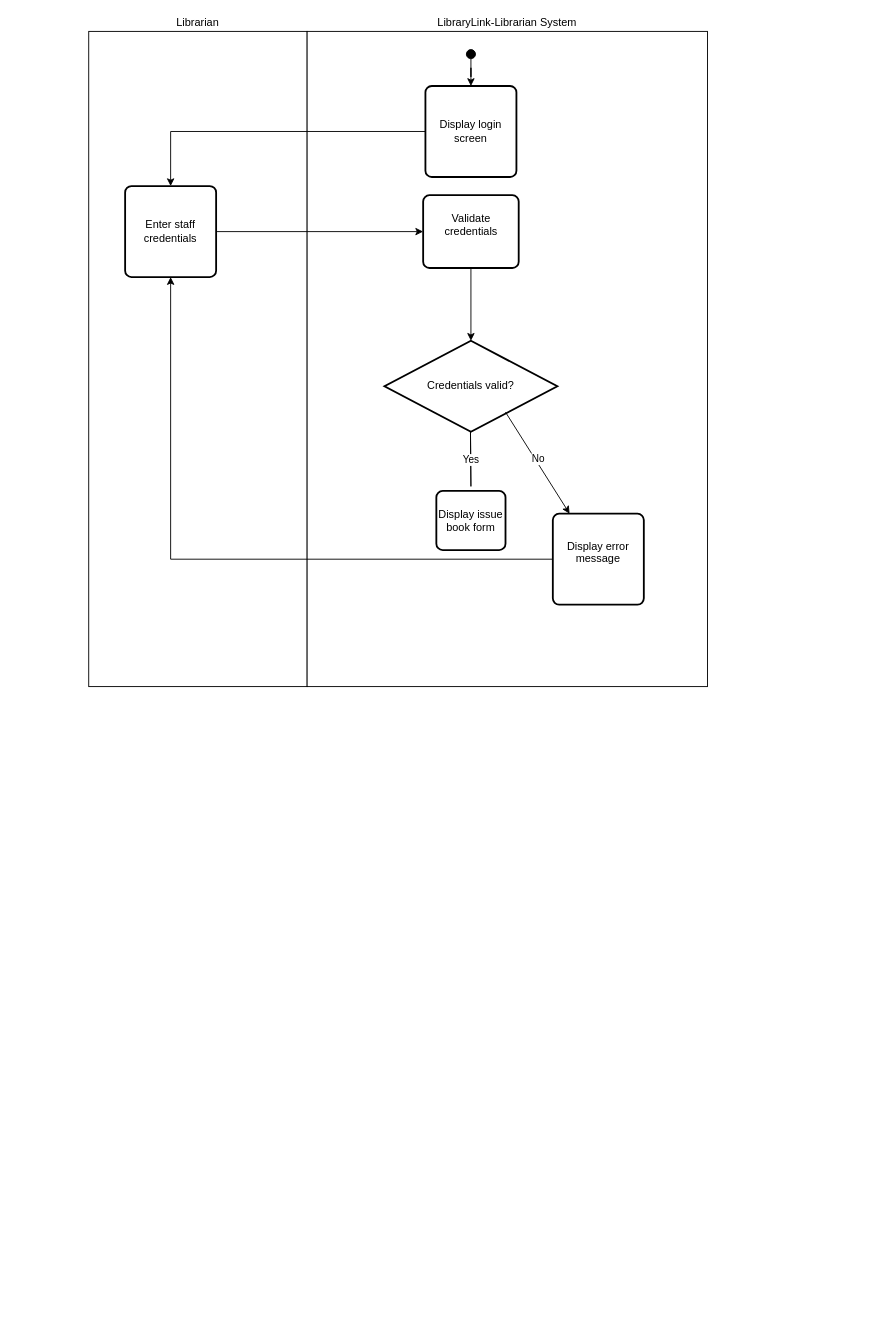
Before: diagrams/task1-requirements/Activity_IssueBook_LibraryLink_Librarian.drawio in GojeonpaJ/CHC6173-LibraryLink, a draw.io diagram. Source tidied: cells renumbered, new cells numbered last; positions are measured from the earlier drawing's top-left corner, leaving out a move shared by most shapes. Both pictures are drawn from the tidied source at 91%, with x=0, y=0 at pixel (88, 31).
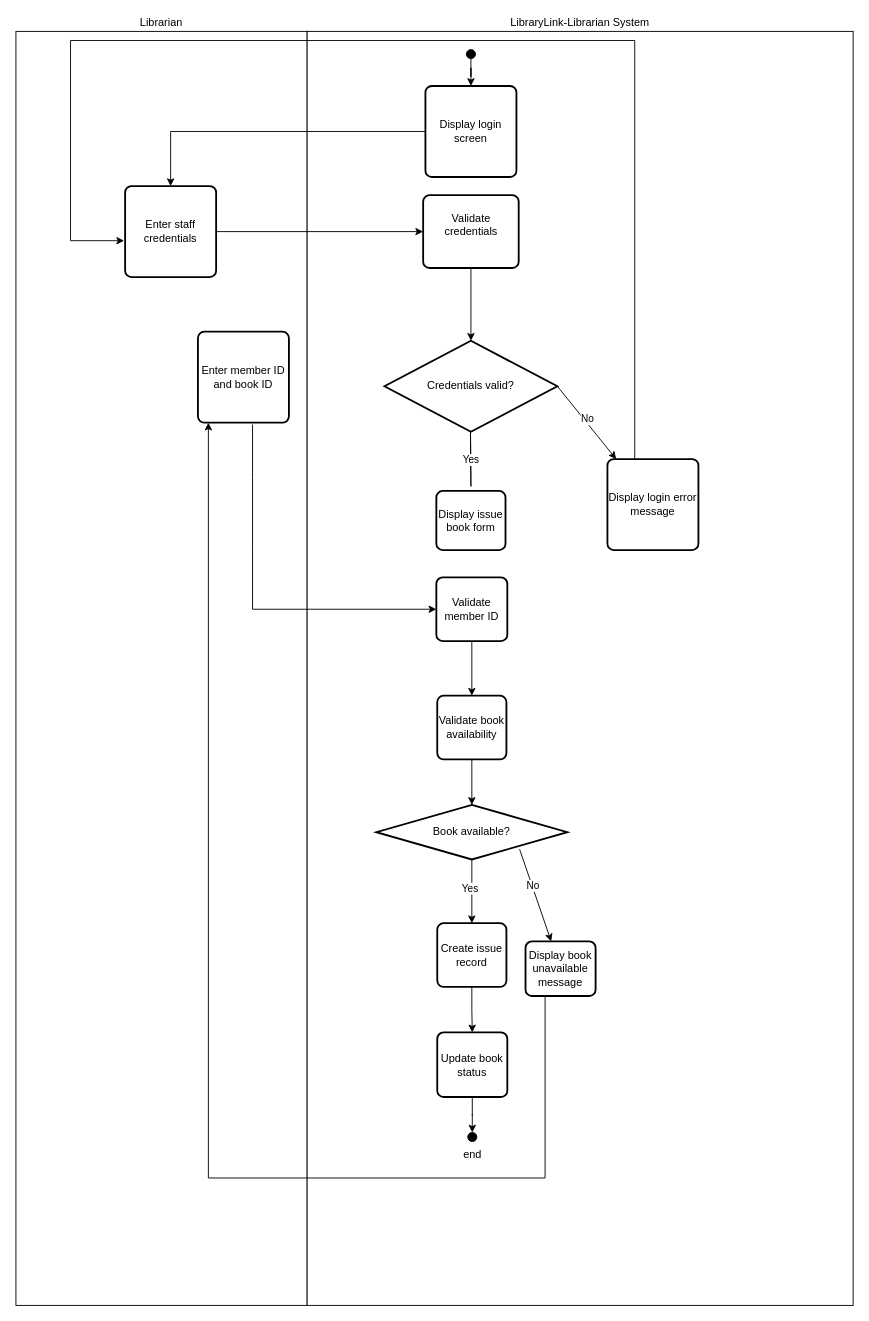
The same diagram, later.

The change refers to these unchanged cells:
```xml
<mxCell id="8" value="Credentials valid?" style="strokeWidth=2;html=1;shape=mxgraph.flowchart.decision;whiteSpace=wrap;" parent="1" vertex="1">
  <mxGeometry x="325" y="340" width="190" height="100" as="geometry" />
</mxCell>
<mxCell id="9" value="Enter staff credentials" style="rounded=1;whiteSpace=wrap;html=1;absoluteArcSize=1;arcSize=14;strokeWidth=2;" parent="1" vertex="1">
  <mxGeometry x="40" y="170" width="100" height="100" as="geometry" />
</mxCell>
```

Change to the diagram source:
```diff
@@
     <mxCell id="2" value="Librarian" style="rounded=0;whiteSpace=wrap;html=1;rotation=0;direction=south;labelPosition=center;verticalLabelPosition=top;align=center;verticalAlign=bottom;" parent="1" vertex="1">
-      <mxGeometry width="240" height="720" as="geometry" />
+      <mxGeometry x="-80" width="320" height="1400" as="geometry" />
     </mxCell>
     <mxCell id="3" value="LibraryLink-Librarian System" style="rounded=0;whiteSpace=wrap;html=1;rotation=0;labelPosition=center;verticalLabelPosition=top;align=center;verticalAlign=bottom;" parent="1" vertex="1">
-      <mxGeometry x="240" width="440" height="720" as="geometry" />
+      <mxGeometry x="240" width="600" height="1400" as="geometry" />
     </mxCell>
@@
-    <mxCell id="10" style="edgeStyle=orthogonalEdgeStyle;rounded=0;jettySize=auto;html=1;" parent="1" edge="1" source="11" target="9">
-      <mxGeometry relative="1" as="geometry">
-        <Array as="points">
-          <mxPoint x="90" y="580" />
-        </Array>
-      </mxGeometry>
-    </mxCell>
+    <mxCell id="20" style="rounded=0;jettySize=auto;html=1;edgeStyle=orthogonalEdgeStyle;entryX=-0.011;entryY=0.6;entryDx=0;entryDy=0;entryPerimeter=0;" parent="1" edge="1" target="9">
+      <mxGeometry relative="1" as="geometry">
+        <mxPoint x="600" y="470" as="sourcePoint" />
+        <Array as="points">
+          <mxPoint x="600" y="10" />
+          <mxPoint x="-20" y="10" />
+          <mxPoint x="-20" y="230" />
+        </Array>
+      </mxGeometry>
+    </mxCell>
-    <mxCell id="11" value="&lt;div&gt;Display error message&lt;/div&gt;&lt;div&gt;&lt;br&gt;&lt;/div&gt;" style="rounded=1;whiteSpace=wrap;html=1;absoluteArcSize=1;arcSize=14;strokeWidth=2;" parent="1" vertex="1">
-      <mxGeometry x="510" y="530" width="100" height="100" as="geometry" />
+    <mxCell id="11" value="&lt;div&gt;Display login error message&lt;/div&gt;" style="rounded=1;whiteSpace=wrap;html=1;absoluteArcSize=1;arcSize=14;strokeWidth=2;" parent="1" vertex="1">
+      <mxGeometry x="570" y="470" width="100" height="100" as="geometry" />
     </mxCell>
-    <mxCell id="12" style="endArrow=classic;html=1;rounded=0;exitX=0.7;exitY=0.784;exitDx=0;exitDy=0;exitPerimeter=0;" parent="1" edge="1" source="8" target="11">
+    <mxCell id="12" style="endArrow=classic;html=1;rounded=0;exitX=1;exitY=0.5;exitDx=0;exitDy=0;exitPerimeter=0;" parent="1" edge="1" source="8" target="11">
       <mxGeometry relative="1" as="geometry" />
     </mxCell>
@@
+    <mxCell id="21" value="Enter member ID and book ID" style="rounded=1;whiteSpace=wrap;html=1;absoluteArcSize=1;arcSize=14;strokeWidth=2;" parent="1" vertex="1">
+      <mxGeometry x="120" y="330" width="100" height="100" as="geometry" />
+    </mxCell>
+    <mxCell id="22" style="edgeStyle=orthogonalEdgeStyle;rounded=0;jettySize=auto;html=1;" parent="1" edge="1" source="23" target="26">
+      <mxGeometry relative="1" as="geometry" />
+    </mxCell>
+    <mxCell id="23" value="Validate member ID" style="rounded=1;whiteSpace=wrap;html=1;absoluteArcSize=1;arcSize=14;strokeWidth=2;" parent="1" vertex="1">
+      <mxGeometry x="382" y="600" width="78" height="70" as="geometry" />
+    </mxCell>
+    <mxCell id="24" style="endArrow=classic;html=1;rounded=0;" parent="1" edge="1" target="23">
+      <mxGeometry relative="1" as="geometry">
+        <mxPoint x="180" y="432" as="sourcePoint" />
+        <Array as="points">
+          <mxPoint x="180" y="490" />
+          <mxPoint x="180" y="570" />
+          <mxPoint x="180" y="635" />
+        </Array>
+      </mxGeometry>
+    </mxCell>
+    <mxCell id="25" style="edgeStyle=orthogonalEdgeStyle;rounded=0;jettySize=auto;html=1;" parent="1" edge="1" source="26" target="29">
+      <mxGeometry relative="1" as="geometry" />
+    </mxCell>
+    <mxCell id="26" value="Validate book availability" style="rounded=1;whiteSpace=wrap;html=1;absoluteArcSize=1;arcSize=14;strokeWidth=2;" parent="1" vertex="1">
+      <mxGeometry x="383" y="730" width="76" height="70" as="geometry" />
+    </mxCell>
+    <mxCell id="27" style="edgeStyle=orthogonalEdgeStyle;rounded=0;jettySize=auto;html=1;" parent="1" edge="1" source="29" target="31">
+      <mxGeometry relative="1" as="geometry" />
+    </mxCell>
+    <mxCell id="28" value="Yes" style="edgeLabel;html=1;align=center;verticalAlign=middle;" parent="27" vertex="1">
+      <mxGeometry x="-0.11" y="-3" relative="1" as="geometry" />
+    </mxCell>
+    <mxCell id="29" value="Book available?" style="strokeWidth=2;html=1;shape=mxgraph.flowchart.decision;whiteSpace=wrap;" parent="1" vertex="1">
+      <mxGeometry x="316" y="850" width="210" height="60" as="geometry" />
+    </mxCell>
+    <mxCell id="30" style="edgeStyle=orthogonalEdgeStyle;rounded=0;jettySize=auto;html=1;" parent="1" edge="1" source="31" target="33">
+      <mxGeometry relative="1" as="geometry" />
+    </mxCell>
+    <mxCell id="31" value="Create issue record" style="rounded=1;whiteSpace=wrap;html=1;absoluteArcSize=1;arcSize=14;strokeWidth=2;" parent="1" vertex="1">
+      <mxGeometry x="383" y="980" width="76" height="70" as="geometry" />
+    </mxCell>
+    <mxCell id="32" style="edgeStyle=orthogonalEdgeStyle;rounded=0;jettySize=auto;html=1;" parent="1" edge="1" source="33" target="34">
+      <mxGeometry relative="1" as="geometry" />
+    </mxCell>
+    <mxCell id="33" value="Update book status" style="rounded=1;whiteSpace=wrap;html=1;absoluteArcSize=1;arcSize=14;strokeWidth=2;" parent="1" vertex="1">
+      <mxGeometry x="383" y="1100" width="77" height="71" as="geometry" />
+    </mxCell>
+    <mxCell id="34" value="end" style="ellipse;whiteSpace=wrap;html=1;fillColor=#000000;labelPosition=center;verticalLabelPosition=bottom;align=center;verticalAlign=top;" parent="1" vertex="1">
+      <mxGeometry x="416.5" y="1210" width="10" height="10" as="geometry" />
+    </mxCell>
+    <mxCell id="35" style="edgeStyle=orthogonalEdgeStyle;rounded=0;orthogonalLoop=1;jettySize=auto;html=1;" parent="1" edge="1">
+      <mxGeometry relative="1" as="geometry">
+        <mxPoint x="501.5" y="1060" as="sourcePoint" />
+        <mxPoint x="131.5" y="430" as="targetPoint" />
+        <Array as="points">
+          <mxPoint x="501.5" y="1260" />
+          <mxPoint x="131.5" y="1260" />
+        </Array>
+      </mxGeometry>
+    </mxCell>
+    <mxCell id="36" value="Display book unavailable message" style="rounded=1;whiteSpace=wrap;html=1;absoluteArcSize=1;arcSize=14;strokeWidth=2;" parent="1" vertex="1">
+      <mxGeometry x="480" y="1000" width="77" height="60" as="geometry" />
+    </mxCell>
+    <mxCell id="37" style="endArrow=classic;html=1;rounded=0;exitX=0.75;exitY=0.813;exitDx=0;exitDy=0;exitPerimeter=0;" parent="1" edge="1" source="29" target="36">
+      <mxGeometry relative="1" as="geometry" />
+    </mxCell>
+    <mxCell id="38" value="No" style="edgeLabel;html=1;align=center;verticalAlign=middle;" parent="37" vertex="1">
+      <mxGeometry x="-0.22" relative="1" as="geometry" />
+    </mxCell>
```
